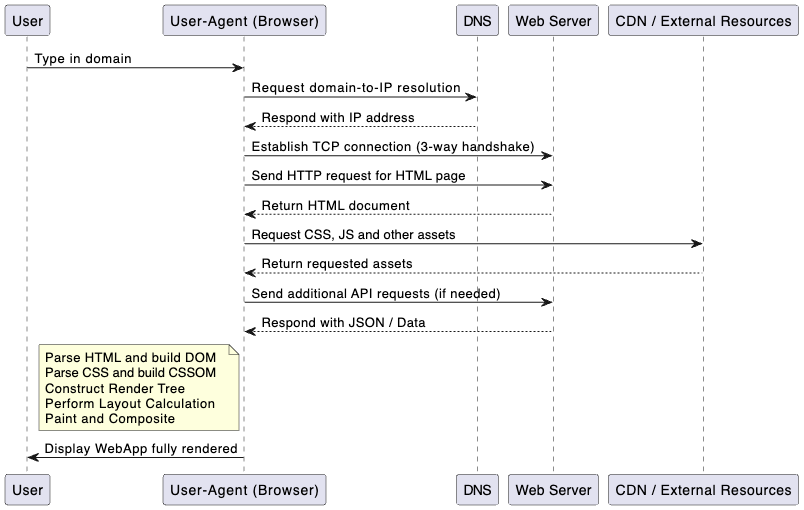
The PlantUML diagram assets/images/browser-flow.png in Bjeaurn/presentation-anatomy-of-a-webapp, before a commit. Its source is kept beside it as assets/browser-flow.puml.
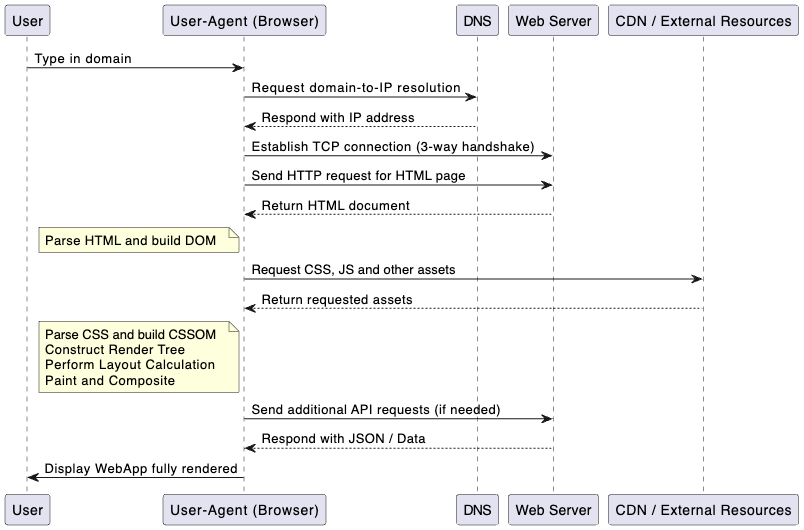
The same file after the commit.

Commit message:
feat: fixes the browser flow picture. adds comment.

Diff of the diagram source:
```diff
@@ -13,19 +13,24 @@
 Browser -> Server: Send HTTP request for HTML page
 Server --> Browser: Return HTML document
 
+note left of Browser
+  Parse HTML and build DOM
+end note
+
 Browser -> CDN: Request CSS, JS and other assets
 CDN --> Browser: Return requested assets
 
-Browser -> Server: Send additional API requests (if needed)
-Server --> Browser: Respond with JSON / Data
-
 note left of Browser
-  Parse HTML and build DOM
   Parse CSS and build CSSOM
   Construct Render Tree
   Perform Layout Calculation
   Paint and Composite
 end note
 
+
+Browser -> Server: Send additional API requests (if needed)
+Server --> Browser: Respond with JSON / Data
+
+
 Browser -> User: Display WebApp fully rendered
 @enduml
```
